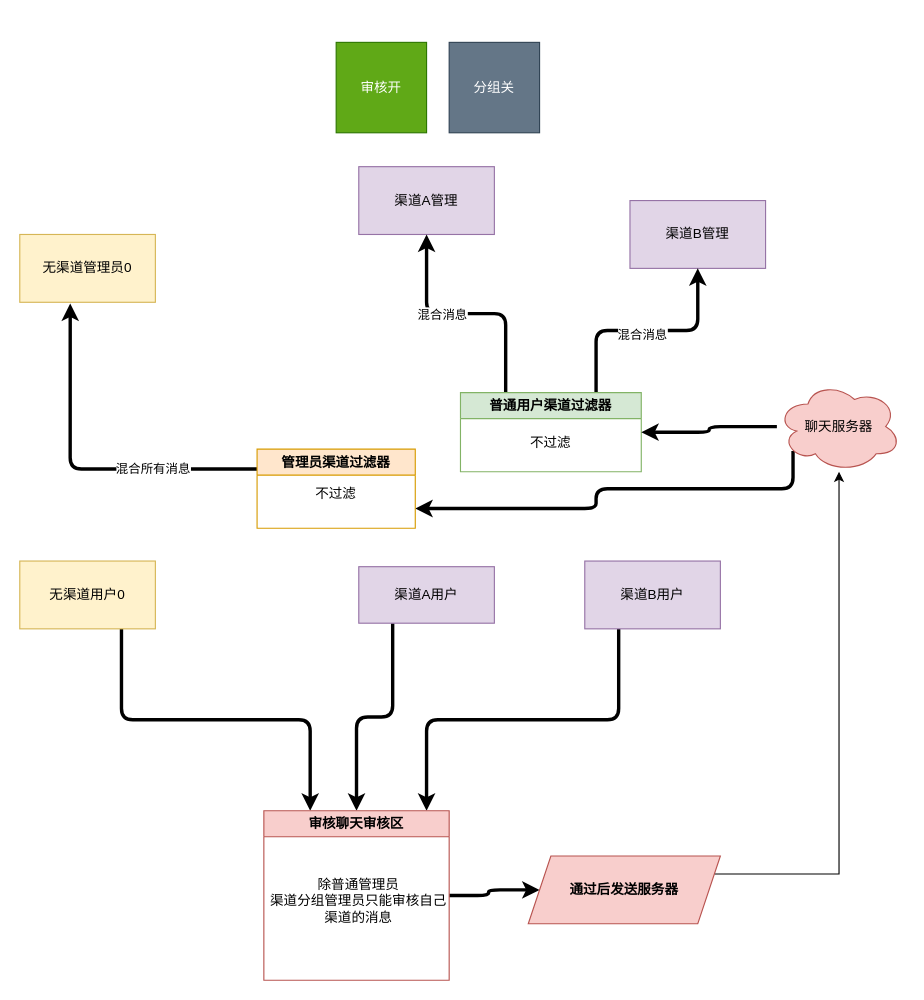
Above: page "渠道关+审核开" (2 of 3) of 渠道关闭+审核开启.drawio in mark0758/ajax (draw.io), before the change. Source tidied: cells renumbered, new cells numbered last; positions are measured from the earlier drawing's top-left corner, leaving out a move shared by most shapes. Both pictures are drawn from the tidied source at 113%, with x=0, y=0 at pixel (19, 42).
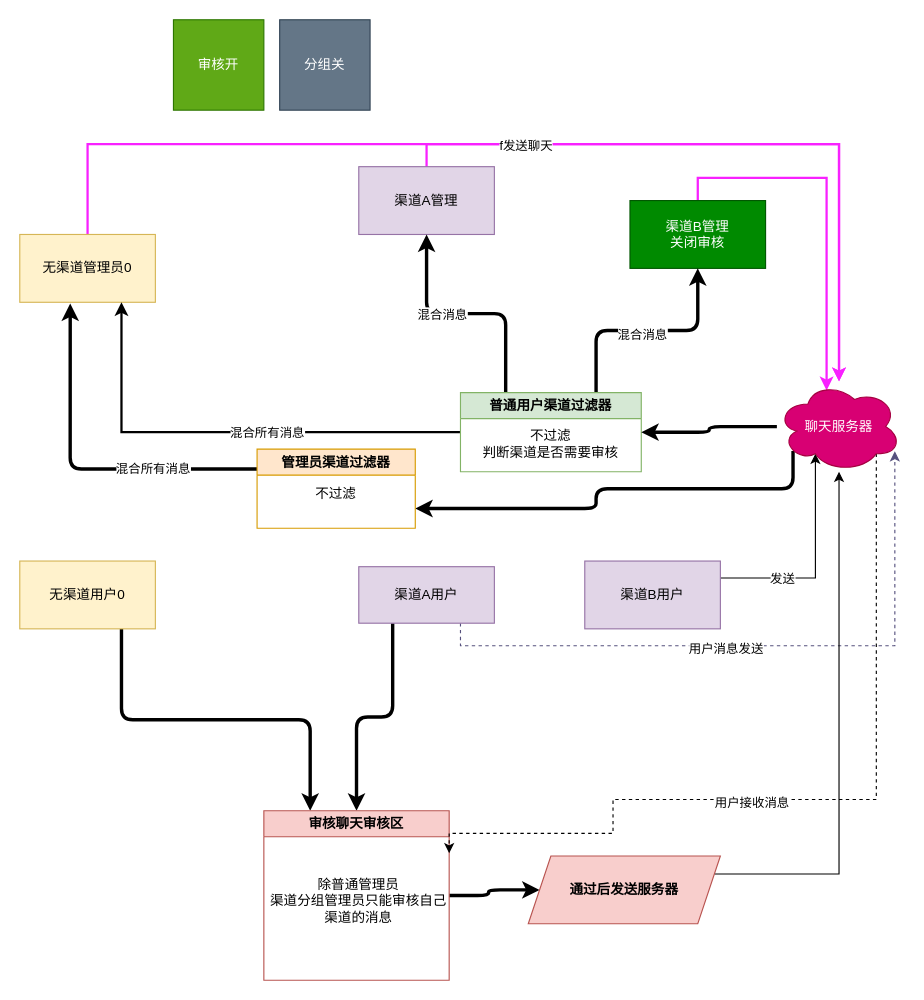
After the change.

The change refers to these unchanged cells:
```xml
<mxCell id="4" value="无渠道管理员0" style="rounded=0;whiteSpace=wrap;html=1;fillColor=#fff2cc;strokeColor=#d6b656;" parent="1" vertex="1">
  <mxGeometry y="170" width="120" height="60" as="geometry" />
</mxCell>
<mxCell id="5" value="渠道A管理" style="rounded=0;whiteSpace=wrap;html=1;fillColor=#e1d5e7;strokeColor=#9673a6;" parent="1" vertex="1">
  <mxGeometry x="300" y="110" width="120" height="60" as="geometry" />
</mxCell>
<mxCell id="10" value="渠道A用户" style="rounded=0;whiteSpace=wrap;html=1;fillColor=#e1d5e7;strokeColor=#9673a6;" parent="1" vertex="1">
  <mxGeometry x="300" y="464" width="120" height="50" as="geometry" />
</mxCell>
<mxCell id="12" value="渠道B用户" style="rounded=0;whiteSpace=wrap;html=1;fillColor=#e1d5e7;strokeColor=#9673a6;" parent="1" vertex="1">
  <mxGeometry x="500" y="459" width="120" height="60" as="geometry" />
</mxCell>
<mxCell id="17" value="普通用户渠道过滤器" style="swimlane;whiteSpace=wrap;html=1;fillColor=#d5e8d4;strokeColor=#82b366;" parent="1" vertex="1">
  <mxGeometry x="390" y="310" width="160" height="70" as="geometry" />
</mxCell>
<mxCell id="20" value="审核聊天审核区" style="swimlane;whiteSpace=wrap;html=1;fillColor=#f8cecc;strokeColor=#b85450;" parent="1" vertex="1">
  <mxGeometry x="216" y="680" width="164" height="150" as="geometry" />
</mxCell>
<mxCell id="29" value="管理员渠道过滤器" style="swimlane;whiteSpace=wrap;html=1;fillColor=#ffe6cc;strokeColor=#d79b00;" parent="1" vertex="1">
  <mxGeometry x="210" y="360" width="140" height="70" as="geometry" />
</mxCell>
```

The edit, as a diff of the source:
```diff
@@
     <mxCell id="2" value="审核开" style="whiteSpace=wrap;html=1;fillColor=#60a917;strokeColor=#2D7600;fontColor=#ffffff;" parent="1" vertex="1">
-      <mxGeometry x="280" width="80" height="80" as="geometry" />
+      <mxGeometry x="136" y="-20" width="80" height="80" as="geometry" />
     </mxCell>
     <mxCell id="3" value="分组关" style="whiteSpace=wrap;html=1;fillColor=#647687;strokeColor=#314354;fontColor=#ffffff;" parent="1" vertex="1">
-      <mxGeometry x="380" width="80" height="80" as="geometry" />
+      <mxGeometry x="230" y="-20" width="80" height="80" as="geometry" />
     </mxCell>
+    <mxCell id="31" style="edgeStyle=orthogonalEdgeStyle;rounded=0;jettySize=auto;html=1;exitX=0.5;exitY=0;exitDx=0;exitDy=0;strokeColor=#F821FF;strokeWidth=2;" parent="1" edge="1" source="4" target="24">
+      <mxGeometry relative="1" as="geometry">
+        <Array as="points">
+          <mxPoint x="60" y="90" />
+          <mxPoint x="725" y="90" />
+        </Array>
+      </mxGeometry>
+    </mxCell>
@@
+    <mxCell id="32" style="edgeStyle=orthogonalEdgeStyle;rounded=0;jettySize=auto;html=1;exitX=0.5;exitY=0;exitDx=0;exitDy=0;strokeColor=#F821FF;strokeWidth=2;" parent="1" edge="1" source="5" target="24">
+      <mxGeometry relative="1" as="geometry" />
+    </mxCell>
+    <mxCell id="33" value="f发送聊天" style="edgeLabel;html=1;align=center;verticalAlign=middle;" parent="32" vertex="1">
+      <mxGeometry x="-0.64" y="-1" relative="1" as="geometry" />
+    </mxCell>
@@
+    <mxCell id="34" style="edgeStyle=orthogonalEdgeStyle;rounded=0;jettySize=auto;html=1;exitX=0.5;exitY=0;exitDx=0;exitDy=0;entryX=0.4;entryY=0.1;entryDx=0;entryDy=0;entryPerimeter=0;strokeColor=#F821FF;strokeWidth=2;" parent="1" edge="1" source="6" target="24">
+      <mxGeometry relative="1" as="geometry" />
+    </mxCell>
-    <mxCell id="6" value="渠道B管理" style="rounded=0;whiteSpace=wrap;html=1;fillColor=#e1d5e7;strokeColor=#9673a6;" parent="1" vertex="1">
+    <mxCell id="6" value="渠道B管理&lt;br&gt;关闭审核" style="rounded=0;whiteSpace=wrap;html=1;fillColor=#008a00;strokeColor=#005700;fontColor=#ffffff;" parent="1" vertex="1">
       <mxGeometry x="540" y="140" width="120" height="60" as="geometry" />
     </mxCell>
@@
+    <mxCell id="35" style="edgeStyle=orthogonalEdgeStyle;rounded=0;jettySize=auto;html=1;exitX=0.75;exitY=1;exitDx=0;exitDy=0;entryX=0.949;entryY=0.774;entryDx=0;entryDy=0;entryPerimeter=0;dashed=1;fillColor=#d0cee2;strokeColor=#56517e;" parent="1" edge="1" source="10" target="24">
+      <mxGeometry relative="1" as="geometry" />
+    </mxCell>
+    <mxCell id="36" value="用户消息发送" style="edgeLabel;html=1;align=center;verticalAlign=middle;" parent="35" vertex="1">
+      <mxGeometry x="-0.12" y="-2" relative="1" as="geometry" />
+    </mxCell>
@@
-    <mxCell id="11" style="edgeStyle=orthogonalEdgeStyle;rounded=1;jettySize=auto;html=1;exitX=0.25;exitY=1;exitDx=0;exitDy=0;entryX=0.878;entryY=0;entryDx=0;entryDy=0;entryPerimeter=0;strokeWidth=3;" parent="1" edge="1" source="12" target="20">
-      <mxGeometry relative="1" as="geometry" />
-    </mxCell>
+    <mxCell id="37" style="edgeStyle=orthogonalEdgeStyle;rounded=0;jettySize=auto;html=1;exitX=1;exitY=0.25;exitDx=0;exitDy=0;entryX=0.31;entryY=0.8;entryDx=0;entryDy=0;entryPerimeter=0;" parent="1" edge="1" source="12" target="24">
+      <mxGeometry relative="1" as="geometry" />
+    </mxCell>
+    <mxCell id="38" value="发送" style="edgeLabel;html=1;align=center;verticalAlign=middle;" parent="37" vertex="1">
+      <mxGeometry x="-0.37" y="-3" relative="1" as="geometry">
+        <mxPoint x="-7" y="-3" as="offset" />
+      </mxGeometry>
+    </mxCell>
@@
+    <mxCell id="39" style="edgeStyle=orthogonalEdgeStyle;rounded=0;jettySize=auto;html=1;exitX=0;exitY=0.5;exitDx=0;exitDy=0;entryX=0.75;entryY=1;entryDx=0;entryDy=0;strokeColor=default;strokeWidth=2;" parent="1" edge="1" source="17" target="4">
+      <mxGeometry relative="1" as="geometry" />
+    </mxCell>
+    <mxCell id="40" value="混合所有消息" style="edgeLabel;html=1;align=center;verticalAlign=middle;" parent="39" vertex="1">
+      <mxGeometry x="-0.17" relative="1" as="geometry" />
+    </mxCell>
@@
-    <mxCell id="18" value="不过滤" style="text;html=1;strokeColor=none;fillColor=none;align=center;verticalAlign=middle;whiteSpace=wrap;rounded=0;" parent="17" vertex="1">
-      <mxGeometry x="30" y="30" width="100" height="30" as="geometry" />
+    <mxCell id="18" value="不过滤&lt;br&gt;判断渠道是否需要审核" style="text;html=1;strokeColor=none;fillColor=none;align=center;verticalAlign=middle;whiteSpace=wrap;rounded=0;" parent="17" vertex="1">
+      <mxGeometry x="15" y="30" width="130" height="30" as="geometry" />
     </mxCell>
@@
+    <mxCell id="41" style="edgeStyle=orthogonalEdgeStyle;rounded=0;jettySize=auto;html=1;exitX=0.8;exitY=0.8;exitDx=0;exitDy=0;exitPerimeter=0;entryX=1;entryY=0.25;entryDx=0;entryDy=0;dashed=1;" parent="1" edge="1" source="24" target="20">
+      <mxGeometry relative="1" as="geometry">
+        <Array as="points">
+          <mxPoint x="758" y="670" />
+          <mxPoint x="525" y="670" />
+          <mxPoint x="525" y="700" />
+          <mxPoint x="380" y="700" />
+        </Array>
+      </mxGeometry>
+    </mxCell>
+    <mxCell id="42" value="用户接收消息" style="edgeLabel;html=1;align=center;verticalAlign=middle;" parent="41" vertex="1">
+      <mxGeometry x="0.14" y="2" relative="1" as="geometry" />
+    </mxCell>
-    <mxCell id="24" value="聊天服务器" style="ellipse;shape=cloud;whiteSpace=wrap;html=1;fillColor=#f8cecc;strokeColor=#b85450;" parent="1" vertex="1">
+    <mxCell id="24" value="聊天服务器" style="ellipse;shape=cloud;whiteSpace=wrap;html=1;fillColor=#d80073;strokeColor=#A50040;fontColor=#ffffff;" parent="1" vertex="1">
       <mxGeometry x="670" y="300" width="110" height="80" as="geometry" />
     </mxCell>
@@
     <mxCell id="27" style="edgeStyle=orthogonalEdgeStyle;rounded=1;jettySize=auto;html=1;exitX=0;exitY=0.25;exitDx=0;exitDy=0;entryX=0.372;entryY=1.019;entryDx=0;entryDy=0;entryPerimeter=0;strokeWidth=3;" parent="1" edge="1" source="29" target="4">
       <mxGeometry relative="1" as="geometry">
         <Array as="points">
-          <mxPoint x="45" y="378" />
+          <mxPoint x="45" y="377" />
         </Array>
       </mxGeometry>
     </mxCell>
```
